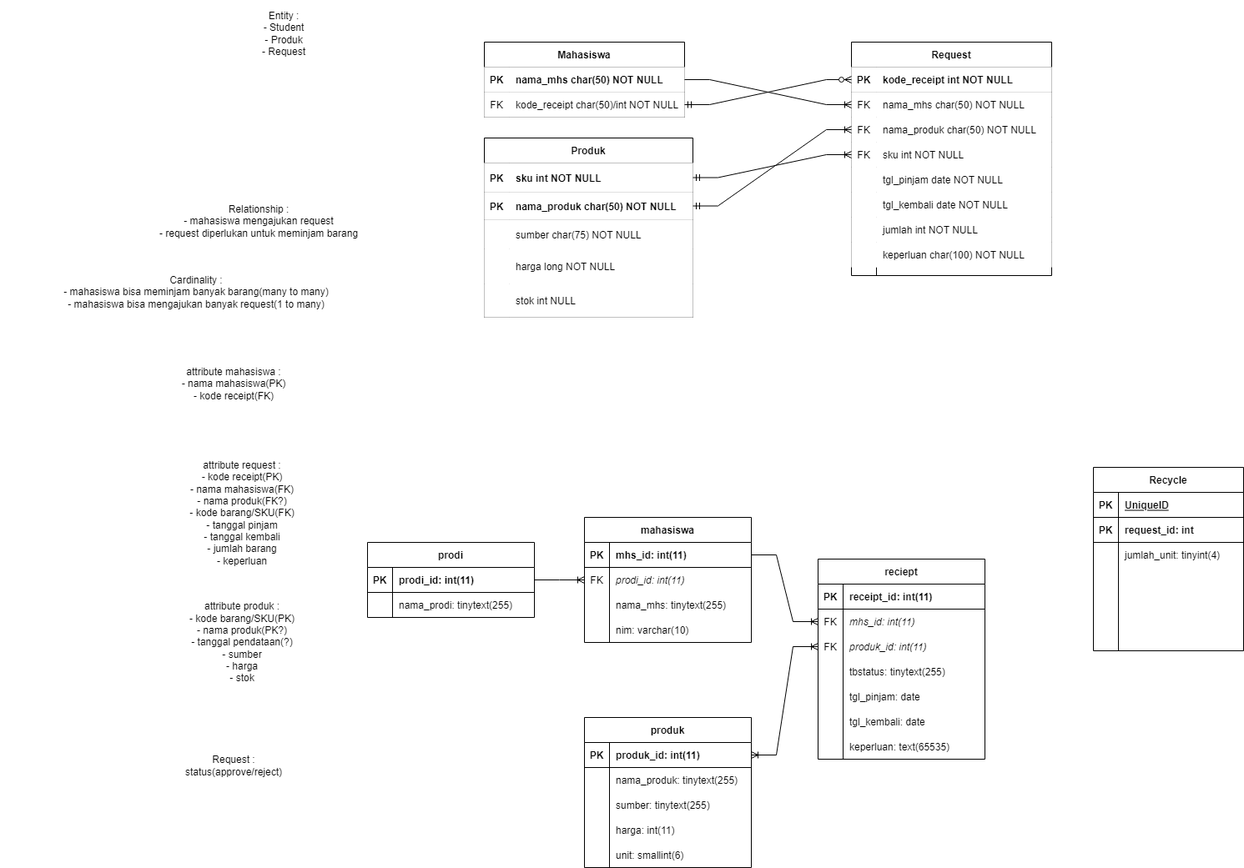
Earlier version of the draw.io export diagrams/ER diagram.drawio.png (johannfac/aplikasipeminjamanaset). Source tidied: cells renumbered, new cells last; positions are measured from the earlier drawing's top-left corner, leaving out a move shared by most shapes.
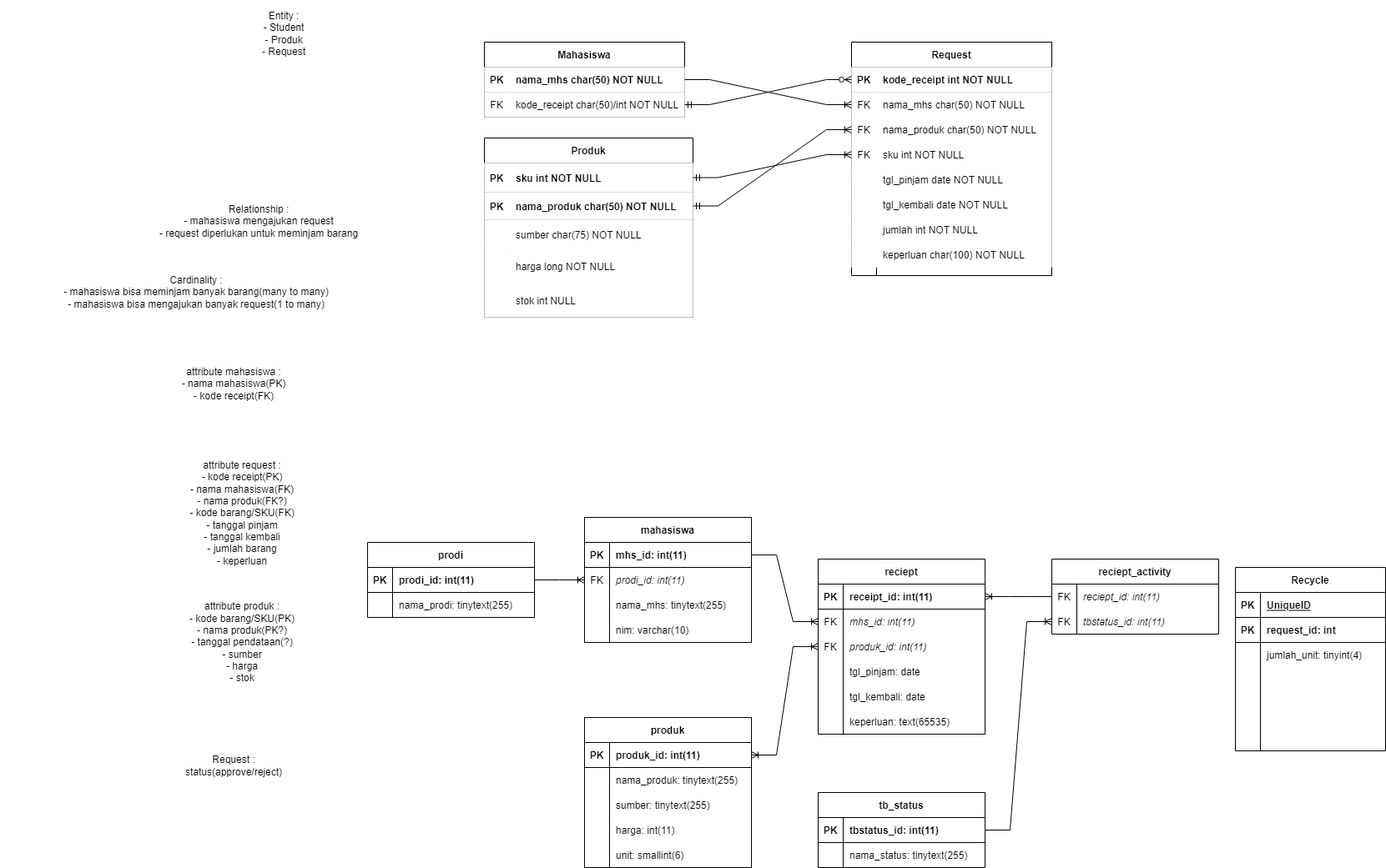
The same file after the commit.

What changed in the source:
```diff
@@ -264,7 +264,7 @@
       <mxGeometry x="30" width="170" height="30" as="geometry" />
     </mxCell>
     <mxCell id="89" value="reciept" style="shape=table;startSize=30;rowLines=0;fontStyle=1;align=center;fontColor=default;strokeColor=default;fillColor=none;" parent="1" vertex="1">
-      <mxGeometry x="980" y="670" width="200" height="240" as="geometry" />
+      <mxGeometry x="980" y="670" width="200" height="210" as="geometry" />
     </mxCell>
     <mxCell id="90" style="shape=partialRectangle;fillColor=none;top=0;left=0;bottom=1;right=0;points=[[0,0.5],[1,0.5]];portConstraint=eastwest;fontColor=default;strokeColor=default;" parent="89" vertex="1">
       <mxGeometry y="30" width="200" height="30" as="geometry" />
@@ -293,17 +293,8 @@
     <mxCell id="98" value="produk_id: int(11)" style="shape=partialRectangle;fillColor=none;top=0;left=0;bottom=0;right=0;align=left;spacingLeft=6;overflow=hidden;fontColor=default;strokeColor=default;fontStyle=2;" parent="96" vertex="1">
       <mxGeometry x="30" width="170" height="30" as="geometry" />
     </mxCell>
-    <mxCell id="99" style="shape=partialRectangle;fillColor=none;top=0;left=0;bottom=0;right=0;fontColor=default;strokeColor=default;" parent="89" vertex="1">
-      <mxGeometry y="120" width="200" height="30" as="geometry" />
-    </mxCell>
-    <mxCell id="100" style="shape=partialRectangle;fillColor=none;top=0;left=0;bottom=0;right=0;overflow=hidden;fontColor=default;strokeColor=default;" parent="99" vertex="1">
-      <mxGeometry width="30" height="30" as="geometry" />
-    </mxCell>
-    <mxCell id="101" value="tbstatus: tinytext(255)" style="shape=partialRectangle;fillColor=none;top=0;left=0;bottom=0;right=0;align=left;spacingLeft=6;overflow=hidden;fontColor=default;strokeColor=default;" parent="99" vertex="1">
-      <mxGeometry x="30" width="170" height="30" as="geometry" />
-    </mxCell>
     <mxCell id="102" style="shape=partialRectangle;fillColor=none;top=0;left=0;bottom=0;right=0;fontColor=default;strokeColor=default;" parent="89" vertex="1">
-      <mxGeometry y="150" width="200" height="30" as="geometry" />
+      <mxGeometry y="120" width="200" height="30" as="geometry" />
     </mxCell>
     <mxCell id="103" style="shape=partialRectangle;fillColor=none;top=0;left=0;bottom=0;right=0;overflow=hidden;fontColor=default;strokeColor=default;" parent="102" vertex="1">
       <mxGeometry width="30" height="30" as="geometry" />
@@ -312,7 +303,7 @@
       <mxGeometry x="30" width="170" height="30" as="geometry" />
     </mxCell>
     <mxCell id="105" style="shape=partialRectangle;fillColor=none;top=0;left=0;bottom=0;right=0;fontColor=default;strokeColor=default;" parent="89" vertex="1">
-      <mxGeometry y="180" width="200" height="30" as="geometry" />
+      <mxGeometry y="150" width="200" height="30" as="geometry" />
     </mxCell>
     <mxCell id="106" style="shape=partialRectangle;fillColor=none;top=0;left=0;bottom=0;right=0;overflow=hidden;fontColor=default;strokeColor=default;" parent="105" vertex="1">
       <mxGeometry width="30" height="30" as="geometry" />
@@ -321,7 +312,7 @@
       <mxGeometry x="30" width="170" height="30" as="geometry" />
     </mxCell>
     <mxCell id="108" style="shape=partialRectangle;fillColor=none;top=0;left=0;bottom=0;right=0;fontColor=default;strokeColor=default;" parent="89" vertex="1">
-      <mxGeometry y="210" width="200" height="30" as="geometry" />
+      <mxGeometry y="180" width="200" height="30" as="geometry" />
     </mxCell>
     <mxCell id="109" style="shape=partialRectangle;fillColor=none;top=0;left=0;bottom=0;right=0;overflow=hidden;fontColor=default;strokeColor=default;" parent="108" vertex="1">
       <mxGeometry width="30" height="30" as="geometry" />
@@ -330,7 +321,7 @@
       <mxGeometry x="30" width="170" height="30" as="geometry" />
     </mxCell>
     <mxCell id="111" value="Recycle" style="shape=table;startSize=30;rowLines=0;fontStyle=1;align=center;fontColor=default;strokeColor=default;fillColor=default;" parent="1" vertex="1">
-      <mxGeometry x="1310" y="560" width="180" height="220" as="geometry" />
+      <mxGeometry x="1480" y="680" width="180" height="220" as="geometry" />
     </mxCell>
     <mxCell id="112" style="shape=partialRectangle;fillColor=none;top=0;left=0;bottom=1;right=0;fontColor=default;strokeColor=default;" parent="111" vertex="1">
       <mxGeometry y="30" width="180" height="30" as="geometry" />
@@ -419,5 +410,53 @@
     <mxCell id="140" style="edgeStyle=entityRelationEdgeStyle;fontSize=12;html=1;endArrow=ERoneToMany;rounded=0;labelBackgroundColor=default;fontColor=default;strokeColor=default;fillColor=default;exitX=1;exitY=0.5;exitDx=0;exitDy=0;entryX=0;entryY=0.5;entryDx=0;entryDy=0;" parent="1" edge="1" source="61" target="93">
       <mxGeometry relative="1" as="geometry" />
     </mxCell>
+    <mxCell id="141" value="reciept_activity" style="shape=table;startSize=30;rowLines=0;fontStyle=1;align=center;fontColor=default;strokeColor=default;fillColor=none;" parent="1" vertex="1">
+      <mxGeometry x="1260" y="670" width="200" height="90" as="geometry" />
+    </mxCell>
+    <mxCell id="142" style="shape=partialRectangle;fillColor=none;top=0;left=0;bottom=0;right=0;points=[[0,0.5],[1,0.5]];portConstraint=eastwest;fontColor=default;strokeColor=default;" parent="141" vertex="1">
+      <mxGeometry y="30" width="200" height="30" as="geometry" />
+    </mxCell>
+    <mxCell id="143" value="FK" style="shape=partialRectangle;fillColor=none;top=0;left=0;bottom=0;right=0;overflow=hidden;fontColor=default;strokeColor=default;fontStyle=0;" parent="142" vertex="1">
+      <mxGeometry width="30" height="30" as="geometry" />
+    </mxCell>
+    <mxCell id="144" value="reciept_id: int(11)" style="shape=partialRectangle;fillColor=none;top=0;left=0;bottom=0;right=0;align=left;spacingLeft=6;overflow=hidden;fontColor=default;strokeColor=default;fontStyle=2;" parent="142" vertex="1">
+      <mxGeometry x="30" width="170" height="30" as="geometry" />
+    </mxCell>
+    <mxCell id="145" style="shape=partialRectangle;fillColor=none;top=0;left=0;bottom=0;right=0;points=[[0,0.5],[1,0.5]];portConstraint=eastwest;fontColor=default;strokeColor=default;" parent="141" vertex="1">
+      <mxGeometry y="60" width="200" height="30" as="geometry" />
+    </mxCell>
+    <mxCell id="146" value="FK" style="shape=partialRectangle;fillColor=none;top=0;left=0;bottom=0;right=0;overflow=hidden;fontColor=default;strokeColor=default;fontStyle=0;" parent="145" vertex="1">
+      <mxGeometry width="30" height="30" as="geometry" />
+    </mxCell>
+    <mxCell id="147" value="tbstatus_id: int(11)" style="shape=partialRectangle;fillColor=none;top=0;left=0;bottom=0;right=0;align=left;spacingLeft=6;overflow=hidden;fontColor=default;strokeColor=default;fontStyle=2;" parent="145" vertex="1">
+      <mxGeometry x="30" width="170" height="30" as="geometry" />
+    </mxCell>
+    <mxCell id="148" value="tb_status" style="shape=table;startSize=30;rowLines=0;fontStyle=1;align=center;fontColor=default;strokeColor=default;fillColor=none;" parent="1" vertex="1">
+      <mxGeometry x="980" y="950" width="200" height="90" as="geometry" />
+    </mxCell>
+    <mxCell id="149" style="shape=partialRectangle;fillColor=none;top=0;left=0;bottom=1;right=0;points=[[0,0.5],[1,0.5]];portConstraint=eastwest;fontColor=default;strokeColor=default;" parent="148" vertex="1">
+      <mxGeometry y="30" width="200" height="30" as="geometry" />
+    </mxCell>
+    <mxCell id="150" value="PK" style="shape=partialRectangle;fillColor=none;top=0;left=0;bottom=0;right=0;fontStyle=1;overflow=hidden;fontColor=default;strokeColor=default;" parent="149" vertex="1">
+      <mxGeometry width="30" height="30" as="geometry" />
+    </mxCell>
+    <mxCell id="151" value="tbstatus_id: int(11)" style="shape=partialRectangle;fillColor=none;top=0;left=0;bottom=0;right=0;align=left;spacingLeft=6;fontStyle=1;overflow=hidden;fontColor=default;strokeColor=default;" parent="149" vertex="1">
+      <mxGeometry x="30" width="170" height="30" as="geometry" />
+    </mxCell>
+    <mxCell id="152" style="shape=partialRectangle;fillColor=none;top=0;left=0;bottom=0;right=0;fontColor=default;strokeColor=default;" parent="148" vertex="1">
+      <mxGeometry y="60" width="200" height="30" as="geometry" />
+    </mxCell>
+    <mxCell id="153" style="shape=partialRectangle;fillColor=none;top=0;left=0;bottom=0;right=0;overflow=hidden;fontColor=default;strokeColor=default;fontStyle=0;" parent="152" vertex="1">
+      <mxGeometry width="30" height="30" as="geometry" />
+    </mxCell>
+    <mxCell id="154" value="nama_status: tinytext(255)" style="shape=partialRectangle;fillColor=none;top=0;left=0;bottom=0;right=0;align=left;spacingLeft=6;overflow=hidden;fontColor=default;strokeColor=default;fontStyle=0;" parent="152" vertex="1">
+      <mxGeometry x="30" width="170" height="30" as="geometry" />
+    </mxCell>
+    <mxCell id="155" style="edgeStyle=entityRelationEdgeStyle;fontSize=12;html=1;endArrow=ERoneToMany;rounded=0;labelBackgroundColor=default;fontColor=default;strokeColor=default;fillColor=default;exitX=0;exitY=0.5;exitDx=0;exitDy=0;entryX=1;entryY=0.5;entryDx=0;entryDy=0;" parent="1" edge="1" source="142" target="90">
+      <mxGeometry relative="1" as="geometry" />
+    </mxCell>
+    <mxCell id="156" style="edgeStyle=entityRelationEdgeStyle;fontSize=12;html=1;endArrow=ERoneToMany;rounded=0;labelBackgroundColor=default;fontColor=default;strokeColor=default;fillColor=default;entryX=0;entryY=0.5;entryDx=0;entryDy=0;exitX=1;exitY=0.5;exitDx=0;exitDy=0;" parent="1" edge="1" source="149" target="145">
+      <mxGeometry relative="1" as="geometry" />
+    </mxCell>
   </root>
 </mxGraphModel>
```
